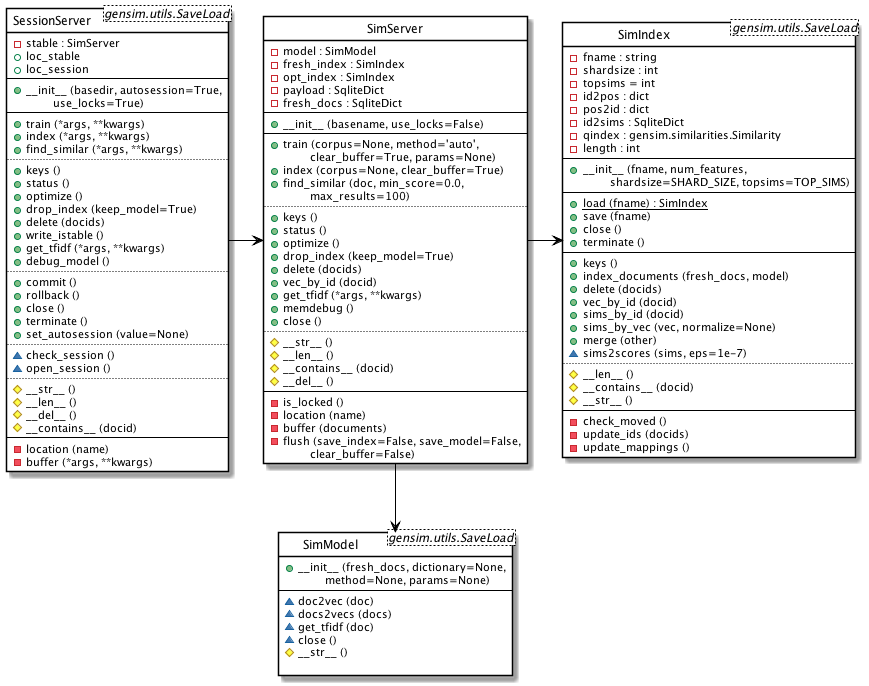
isleon/gensim-simserver keeps this PlantUML diagram as docs/gensim-server.png. Above is the earlier version.
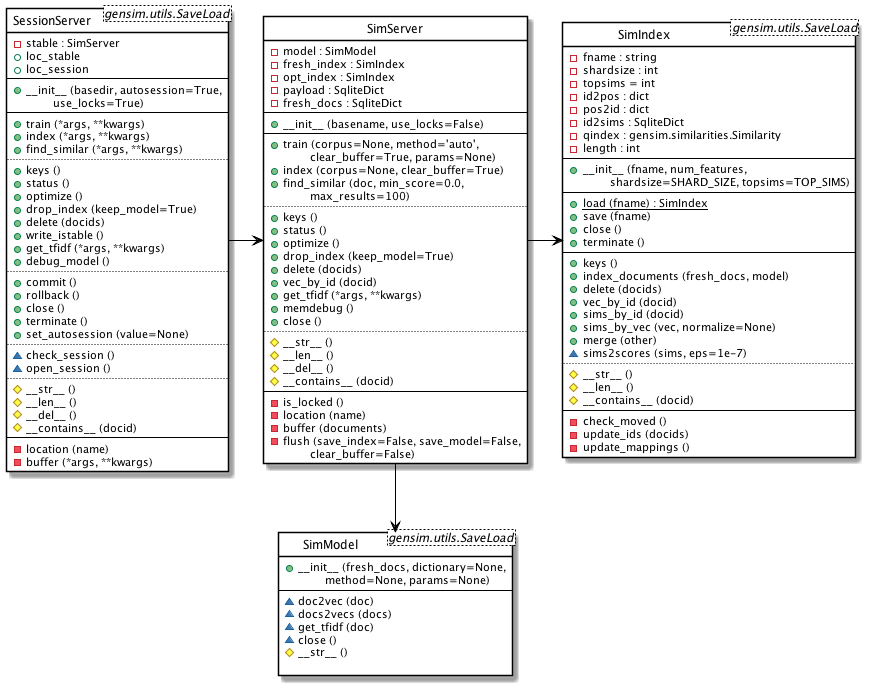
Later version of the same file.

What changed in the source:
```diff
@@ -33,9 +33,9 @@
     +merge (other)
     ~sims2scores (sims, eps=1e-7)
     ..
+    #__str__ ()
     #__len__ ()
     #__contains__ (docid)
-    #__str__ ()
     --
     -check_moved ()
     -update_ids (docids)
@@ -81,8 +81,8 @@
     ..
     #__str__ ()
     #__len__ ()
+    #__del__ ()
     #__contains__ (docid)
-    #__del__ ()
     --
     -is_locked ()
     -location (name)
```
